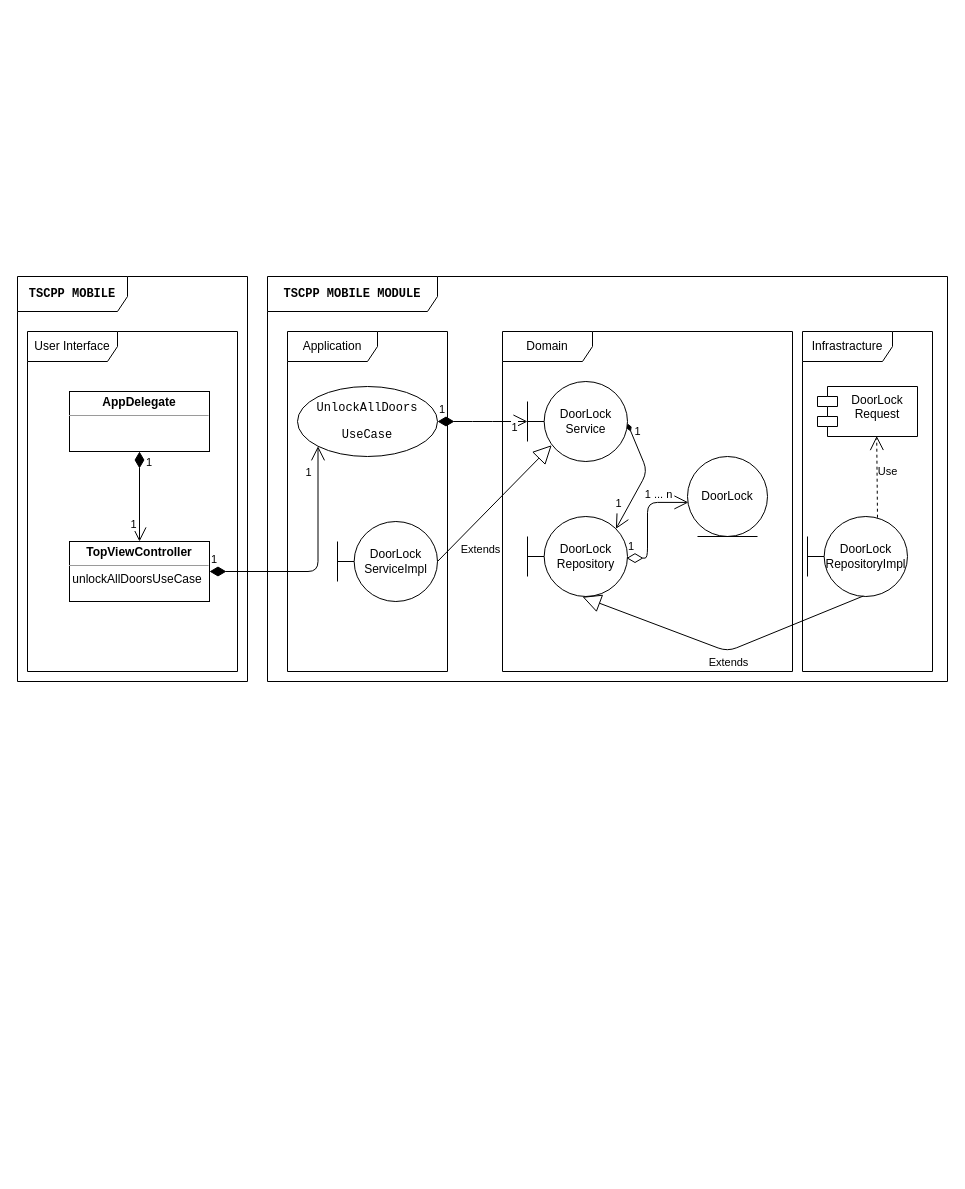
Before: architectures/examples/lock/diagram.drawio in moaible/diagrams.net, a draw.io diagram. Source tidied: cells renumbered, new cells numbered last; positions are measured from the earlier drawing's top-left corner, leaving out a move shared by most shapes. Both pictures are drawn from the tidied source at 100%, with x=0, y=0 at pixel (17, 276).
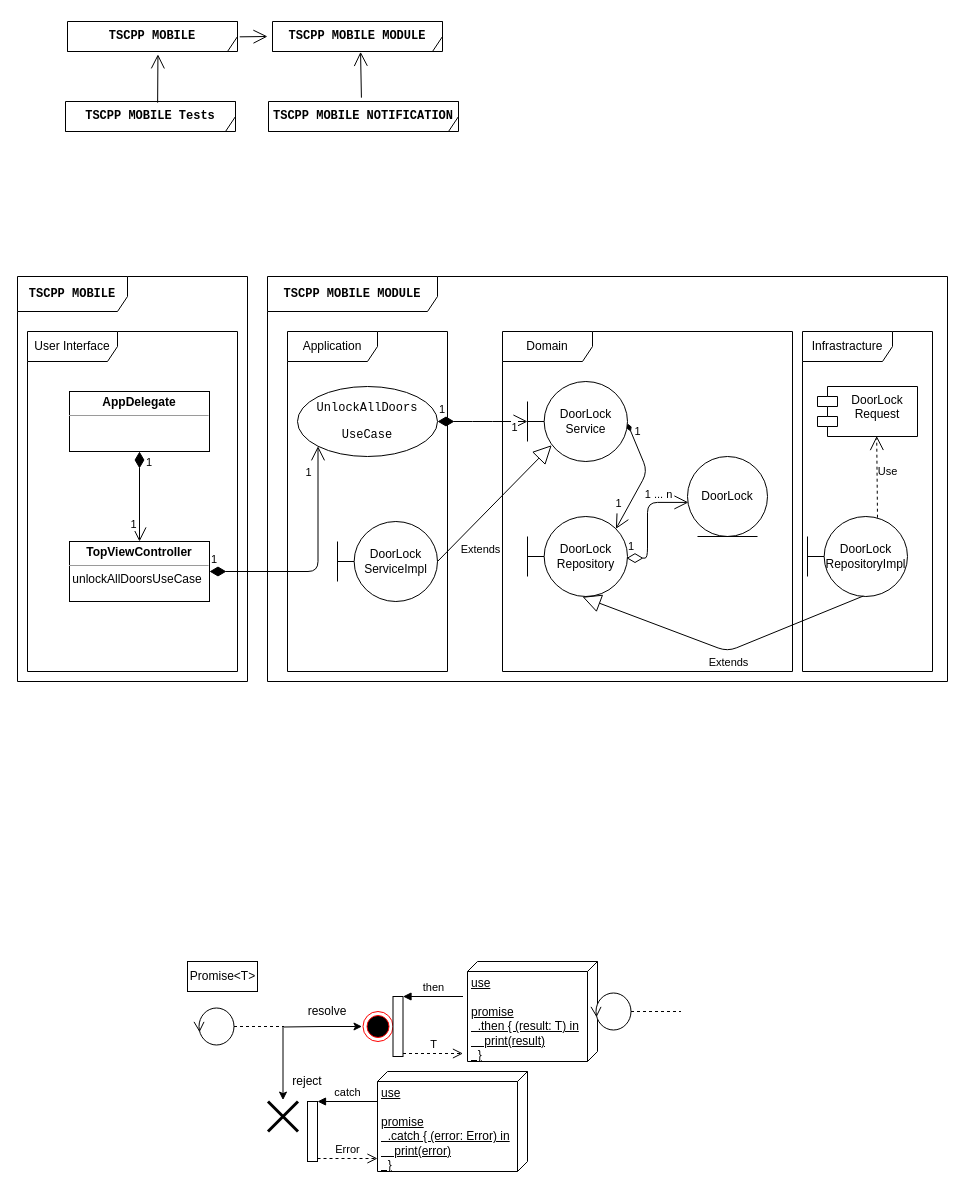
The same diagram, later.

Diff of the diagram source:
```diff
@@
+    <mxCell id="30" value="&lt;pre&gt;&lt;code&gt;&lt;b&gt;TSCPP MOBILE NOTIFICATION&lt;/b&gt;&lt;/code&gt;&lt;/pre&gt;" style="shape=umlFrame;whiteSpace=wrap;html=1;width=190;height=30;" parent="1" vertex="1">
+      <mxGeometry x="251" y="-175" width="190" height="30" as="geometry" />
+    </mxCell>
+    <mxCell id="31" value="&lt;pre&gt;&lt;code&gt;&lt;b&gt;TSCPP MOBILE MODULE&lt;/b&gt;&lt;/code&gt;&lt;/pre&gt;" style="shape=umlFrame;whiteSpace=wrap;html=1;width=170;height=35;" parent="1" vertex="1">
+      <mxGeometry x="255" y="-255" width="170" height="30" as="geometry" />
+    </mxCell>
+    <mxCell id="32" value="&lt;pre&gt;&lt;code&gt;&lt;b&gt;TSCPP MOBILE Tests&lt;/b&gt;&lt;/code&gt;&lt;/pre&gt;" style="shape=umlFrame;whiteSpace=wrap;html=1;width=170;height=35;" parent="1" vertex="1">
+      <mxGeometry x="48" y="-175" width="170" height="30" as="geometry" />
+    </mxCell>
+    <mxCell id="33" value="&lt;pre&gt;&lt;code&gt;&lt;b&gt;TSCPP MOBILE&lt;/b&gt;&lt;/code&gt;&lt;/pre&gt;" style="shape=umlFrame;whiteSpace=wrap;html=1;width=170;height=35;" parent="1" vertex="1">
+      <mxGeometry x="50" y="-255" width="170" height="30" as="geometry" />
+    </mxCell>
+    <mxCell id="34" style="endArrow=open;endFill=1;endSize=12;html=1;strokeColor=#000000;exitX=0.542;exitY=0.039;exitDx=0;exitDy=0;exitPerimeter=0;entryX=0.532;entryY=1.094;entryDx=0;entryDy=0;entryPerimeter=0;" parent="1" edge="1" source="32" target="33">
+      <mxGeometry relative="1" as="geometry" />
+    </mxCell>
+    <mxCell id="35" style="endArrow=open;endFill=1;endSize=12;html=1;strokeColor=#000000;exitX=1.013;exitY=0.511;exitDx=0;exitDy=0;exitPerimeter=0;" parent="1" edge="1" source="33">
+      <mxGeometry relative="1" as="geometry">
+        <mxPoint x="250" y="-240" as="targetPoint" />
+      </mxGeometry>
+    </mxCell>
+    <mxCell id="36" style="endArrow=open;endFill=1;endSize=12;html=1;strokeColor=#000000;exitX=0.489;exitY=-0.128;exitDx=0;exitDy=0;exitPerimeter=0;entryX=0.518;entryY=1.011;entryDx=0;entryDy=0;entryPerimeter=0;" parent="1" edge="1" source="30" target="31">
+      <mxGeometry relative="1" as="geometry" />
+    </mxCell>
+    <mxCell id="37" style="edgeStyle=orthogonalEdgeStyle;rounded=0;orthogonalLoop=1;jettySize=auto;html=1;" parent="1" edge="1">
+      <mxGeometry relative="1" as="geometry">
+        <mxPoint x="265.5" y="750.5" as="sourcePoint" />
+        <mxPoint x="265.5" y="823.6" as="targetPoint" />
+      </mxGeometry>
+    </mxCell>
+    <mxCell id="38" style="edgeStyle=orthogonalEdgeStyle;rounded=0;jettySize=auto;html=1;" parent="1" edge="1" source="39">
+      <mxGeometry relative="1" as="geometry">
+        <mxPoint x="344.5" y="750" as="targetPoint" />
+      </mxGeometry>
+    </mxCell>
+    <mxCell id="39" style="shape=umlLifeline;participant=umlControl;perimeter=lifelinePerimeter;whiteSpace=wrap;html=1;verticalAlign=top;spacingTop=36;outlineConnect=0;rotation=-90;" parent="1" vertex="1">
+      <mxGeometry x="203" y="705" width="37" height="90" as="geometry" />
+    </mxCell>
+    <mxCell id="40" value="Promise&amp;lt;T&amp;gt;" style="html=1;" parent="1" vertex="1">
+      <mxGeometry x="170" y="685" width="70" height="30" as="geometry" />
+    </mxCell>
+    <mxCell id="41" style="ellipse;html=1;shape=endState;fillColor=#000000;strokeColor=#ff0000;" parent="1" vertex="1">
+      <mxGeometry x="345.5" y="735" width="30" height="30" as="geometry" />
+    </mxCell>
+    <mxCell id="42" style="shape=umlDestroy;whiteSpace=wrap;html=1;strokeWidth=3;" parent="1" vertex="1">
+      <mxGeometry x="250.5" y="825" width="30" height="30" as="geometry" />
+    </mxCell>
+    <mxCell id="43" value="resolve" style="text;html=1;strokeColor=none;fillColor=none;align=center;verticalAlign=middle;whiteSpace=wrap;rounded=0;" parent="1" vertex="1">
+      <mxGeometry x="290" y="725" width="40" height="20" as="geometry" />
+    </mxCell>
+    <mxCell id="44" value="reject" style="text;html=1;strokeColor=none;fillColor=none;align=center;verticalAlign=middle;whiteSpace=wrap;rounded=0;" parent="1" vertex="1">
+      <mxGeometry x="270" y="795" width="40" height="20" as="geometry" />
+    </mxCell>
+    <mxCell id="45" style="html=1;points=[];perimeter=orthogonalPerimeter;" parent="1" vertex="1">
+      <mxGeometry x="375.5" y="720" width="10" height="60" as="geometry" />
+    </mxCell>
+    <mxCell id="46" value="then" style="html=1;verticalAlign=bottom;endArrow=block;entryX=1;entryY=0;" parent="1" edge="1" target="45">
+      <mxGeometry relative="1" as="geometry">
+        <mxPoint x="445.5" y="720" as="sourcePoint" />
+      </mxGeometry>
+    </mxCell>
+    <mxCell id="47" value="T" style="html=1;verticalAlign=bottom;endArrow=open;dashed=1;endSize=8;exitX=1;exitY=0.95;" parent="1" edge="1" source="45">
+      <mxGeometry relative="1" as="geometry">
+        <mxPoint x="445.5" y="777" as="targetPoint" />
+      </mxGeometry>
+    </mxCell>
+    <mxCell id="48" style="html=1;points=[];perimeter=orthogonalPerimeter;" parent="1" vertex="1">
+      <mxGeometry x="290" y="825" width="10" height="60" as="geometry" />
+    </mxCell>
+    <mxCell id="49" value="catch" style="html=1;verticalAlign=bottom;endArrow=block;entryX=1;entryY=0;" parent="1" edge="1" target="48">
+      <mxGeometry relative="1" as="geometry">
+        <mxPoint x="360" y="825" as="sourcePoint" />
+      </mxGeometry>
+    </mxCell>
+    <mxCell id="50" value="&lt;br&gt;Error" style="html=1;verticalAlign=bottom;endArrow=open;dashed=1;endSize=8;exitX=1;exitY=0.95;" parent="1" edge="1" source="48">
+      <mxGeometry relative="1" as="geometry">
+        <mxPoint x="360" y="882" as="targetPoint" />
+      </mxGeometry>
+    </mxCell>
+    <mxCell id="51" value="use&lt;br&gt;&lt;br&gt;promise&lt;br&gt;&amp;nbsp; .then { (result: T) in&lt;br&gt;&amp;nbsp; &amp;nbsp; print(result)&lt;br&gt;&amp;nbsp; }" style="verticalAlign=top;align=left;spacingTop=8;spacingLeft=2;spacingRight=12;shape=cube;size=10;direction=south;fontStyle=4;html=1;" parent="1" vertex="1">
+      <mxGeometry x="450" y="685" width="130" height="100" as="geometry" />
+    </mxCell>
+    <mxCell id="52" value="use&lt;br&gt;&lt;br&gt;promise&lt;br&gt;&amp;nbsp; .catch { (error: Error) in&lt;br&gt;&amp;nbsp; &amp;nbsp; print(error)&lt;br&gt;&amp;nbsp; }" style="verticalAlign=top;align=left;spacingTop=8;spacingLeft=2;spacingRight=12;shape=cube;size=10;direction=south;fontStyle=4;html=1;" parent="1" vertex="1">
+      <mxGeometry x="360" y="795" width="150" height="100" as="geometry" />
+    </mxCell>
+    <mxCell id="53" style="shape=umlLifeline;participant=umlControl;perimeter=lifelinePerimeter;whiteSpace=wrap;html=1;verticalAlign=top;spacingTop=36;rotation=-90;" parent="1" vertex="1">
+      <mxGeometry x="600" y="690" width="37" height="90" as="geometry" />
+    </mxCell>
```
